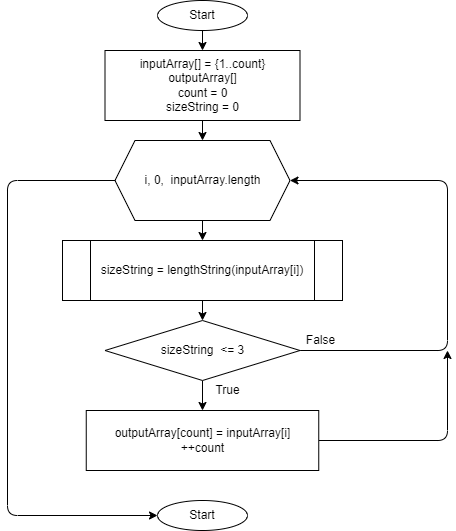
Earlier version of the draw.io export algoritm.drawio.png (isChelovek/FinalWork). Source tidied: cells renumbered, new cells last; positions are measured from the earlier drawing's top-left corner, leaving out a move shared by most shapes.
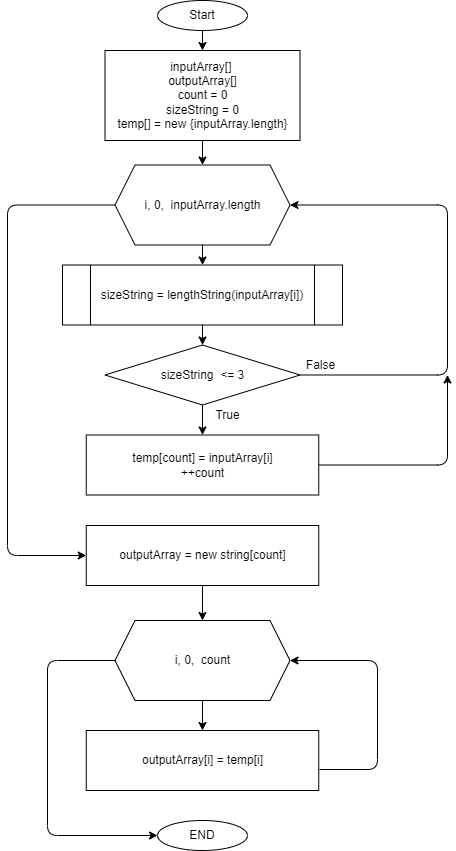
Later version of the same file.

What changed in the source:
```diff
@@ -6,13 +6,13 @@
       <mxGeometry relative="1" as="geometry" />
     </mxCell>
     <mxCell id="3" value="Start" style="ellipse;whiteSpace=wrap;html=1;" parent="1" vertex="1">
-      <mxGeometry x="150" width="90" height="30" as="geometry" />
+      <mxGeometry x="150" y="-24.5" width="90" height="30" as="geometry" />
     </mxCell>
     <mxCell id="4" style="edgeStyle=none;html=1;" parent="1" edge="1" source="5" target="13">
       <mxGeometry relative="1" as="geometry" />
     </mxCell>
-    <mxCell id="5" value="inputArray[] = {1..count}&lt;br&gt;outputArray[]&lt;br&gt;count = 0&lt;br&gt;sizeString = 0" style="rounded=0;whiteSpace=wrap;html=1;" parent="1" vertex="1">
-      <mxGeometry x="97.5" y="50" width="195" height="70" as="geometry" />
+    <mxCell id="5" value="inputArray[]&amp;nbsp;&lt;br&gt;outputArray[]&lt;br&gt;count = 0&lt;br&gt;sizeString = 0&lt;br&gt;temp[] = new {inputArray.length}" style="rounded=0;whiteSpace=wrap;html=1;" parent="1" vertex="1">
+      <mxGeometry x="97.5" y="25.5" width="195" height="90" as="geometry" />
     </mxCell>
     <mxCell id="6" style="edgeStyle=none;html=1;" parent="1" edge="1" source="7" target="10">
       <mxGeometry relative="1" as="geometry" />
@@ -37,11 +37,11 @@
     <mxCell id="11" style="edgeStyle=none;html=1;" parent="1" edge="1" source="13" target="7">
       <mxGeometry relative="1" as="geometry" />
     </mxCell>
-    <mxCell id="12" style="edgeStyle=none;html=1;entryX=0;entryY=0.5;entryDx=0;entryDy=0;" parent="1" edge="1" source="13" target="18">
+    <mxCell id="12" style="edgeStyle=none;html=1;entryX=0;entryY=0.5;entryDx=0;entryDy=0;" parent="1" edge="1" source="13" target="23">
       <mxGeometry relative="1" as="geometry">
         <Array as="points">
           <mxPoint y="180" />
-          <mxPoint y="515" />
+          <mxPoint y="530.5" />
         </Array>
       </mxGeometry>
     </mxCell>
@@ -56,7 +56,7 @@
         </Array>
       </mxGeometry>
     </mxCell>
-    <mxCell id="15" value="&lt;span&gt;outputArray[count] =&amp;nbsp;&lt;/span&gt;inputArray[i]&lt;br&gt;++count" style="rounded=0;whiteSpace=wrap;html=1;" parent="1" vertex="1">
+    <mxCell id="15" value="&lt;span&gt;temp[count] =&amp;nbsp;&lt;/span&gt;inputArray[i]&lt;br&gt;++count" style="rounded=0;whiteSpace=wrap;html=1;" parent="1" vertex="1">
       <mxGeometry x="78.8" y="410" width="232.5" height="60" as="geometry" />
     </mxCell>
     <mxCell id="16" value="False" style="text;html=1;align=center;verticalAlign=middle;strokeColor=none;fillColor=none;" parent="1" vertex="1">
@@ -65,8 +65,39 @@
     <mxCell id="17" value="True" style="text;html=1;align=center;verticalAlign=middle;strokeColor=none;fillColor=none;" parent="1" vertex="1">
       <mxGeometry x="200" y="380" width="40" height="20" as="geometry" />
     </mxCell>
-    <mxCell id="18" value="Start" style="ellipse;whiteSpace=wrap;html=1;" parent="1" vertex="1">
-      <mxGeometry x="150" y="500" width="90" height="30" as="geometry" />
+    <mxCell id="18" value="END" style="ellipse;whiteSpace=wrap;html=1;" parent="1" vertex="1">
+      <mxGeometry x="150" y="795.5" width="90" height="30" as="geometry" />
     </mxCell>
+    <mxCell id="19" style="edgeStyle=none;html=1;" parent="1" edge="1" source="21" target="25">
+      <mxGeometry relative="1" as="geometry" />
+    </mxCell>
+    <mxCell id="20" style="edgeStyle=none;html=1;entryX=0;entryY=0.5;entryDx=0;entryDy=0;" parent="1" edge="1" source="21" target="18">
+      <mxGeometry relative="1" as="geometry">
+        <Array as="points">
+          <mxPoint x="40" y="635.5" />
+          <mxPoint x="40" y="810.5" />
+        </Array>
+      </mxGeometry>
+    </mxCell>
+    <mxCell id="21" value="i, 0,&amp;nbsp; count" style="shape=hexagon;perimeter=hexagonPerimeter2;whiteSpace=wrap;html=1;fixedSize=1;" parent="1" vertex="1">
+      <mxGeometry x="107.5" y="595.5" width="175" height="80" as="geometry" />
+    </mxCell>
+    <mxCell id="22" style="edgeStyle=none;html=1;" parent="1" edge="1" source="23" target="21">
+      <mxGeometry relative="1" as="geometry" />
+    </mxCell>
+    <mxCell id="23" value="outputArray = new string[count]" style="rounded=0;whiteSpace=wrap;html=1;" parent="1" vertex="1">
+      <mxGeometry x="78.8" y="500.5" width="232.5" height="60" as="geometry" />
+    </mxCell>
+    <mxCell id="24" style="edgeStyle=none;html=1;entryX=1;entryY=0.5;entryDx=0;entryDy=0;exitX=1.003;exitY=0.65;exitDx=0;exitDy=0;exitPerimeter=0;" parent="1" edge="1" source="25" target="21">
+      <mxGeometry relative="1" as="geometry">
+        <Array as="points">
+          <mxPoint x="370" y="744.5" />
+          <mxPoint x="370" y="635.5" />
+        </Array>
+      </mxGeometry>
+    </mxCell>
+    <mxCell id="25" value="outputArray[i] = temp[i]" style="rounded=0;whiteSpace=wrap;html=1;" parent="1" vertex="1">
+      <mxGeometry x="78.8" y="705.5" width="232.5" height="60" as="geometry" />
+    </mxCell>
   </root>
 </mxGraphModel>
```
